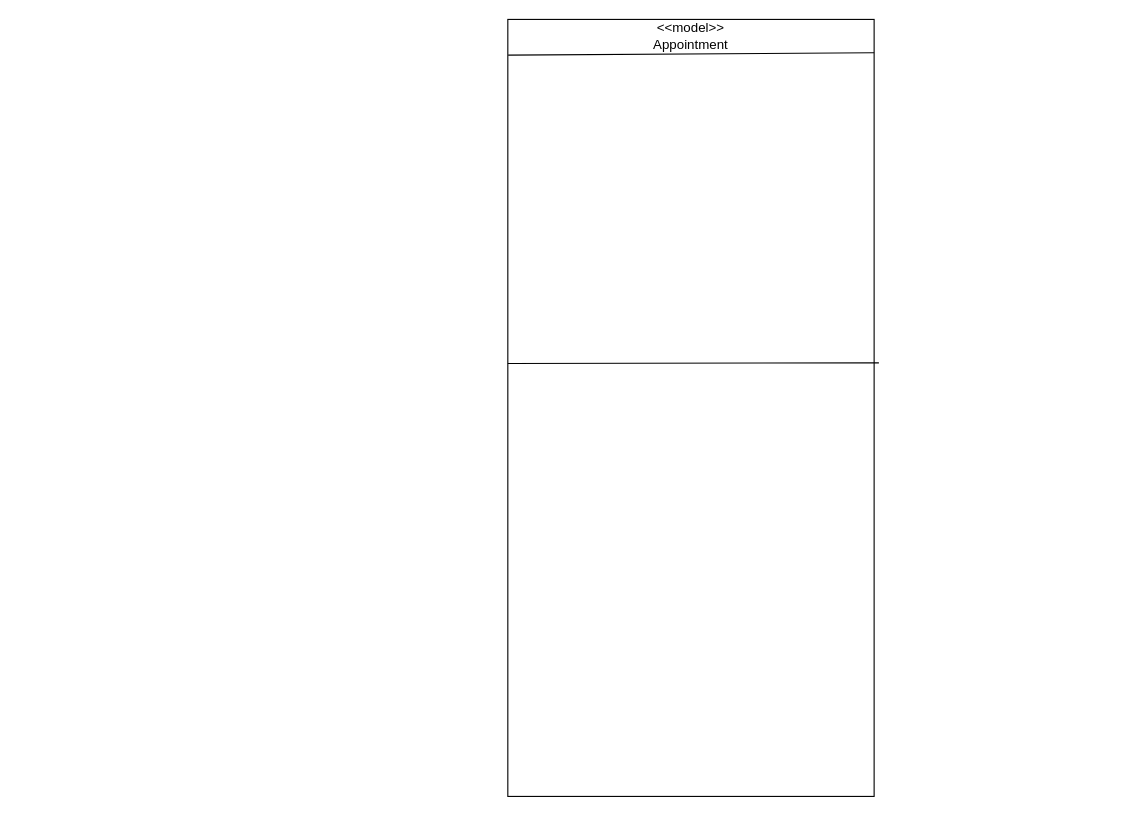
SaffatZabin-17/CSE-326-Information-System-Design-Sessional- keeps this draw.io diagram as page "Appointment" (3 of 5) of Untitled Diagram.drawio. Above is the earlier version. Source tidied: cells renumbered, new cells numbered last; positions are measured from the earlier drawing's top-left corner, leaving out a move shared by most shapes. Both pictures are drawn from the tidied source at 111%, with x=0, y=0 at pixel (507, 19).
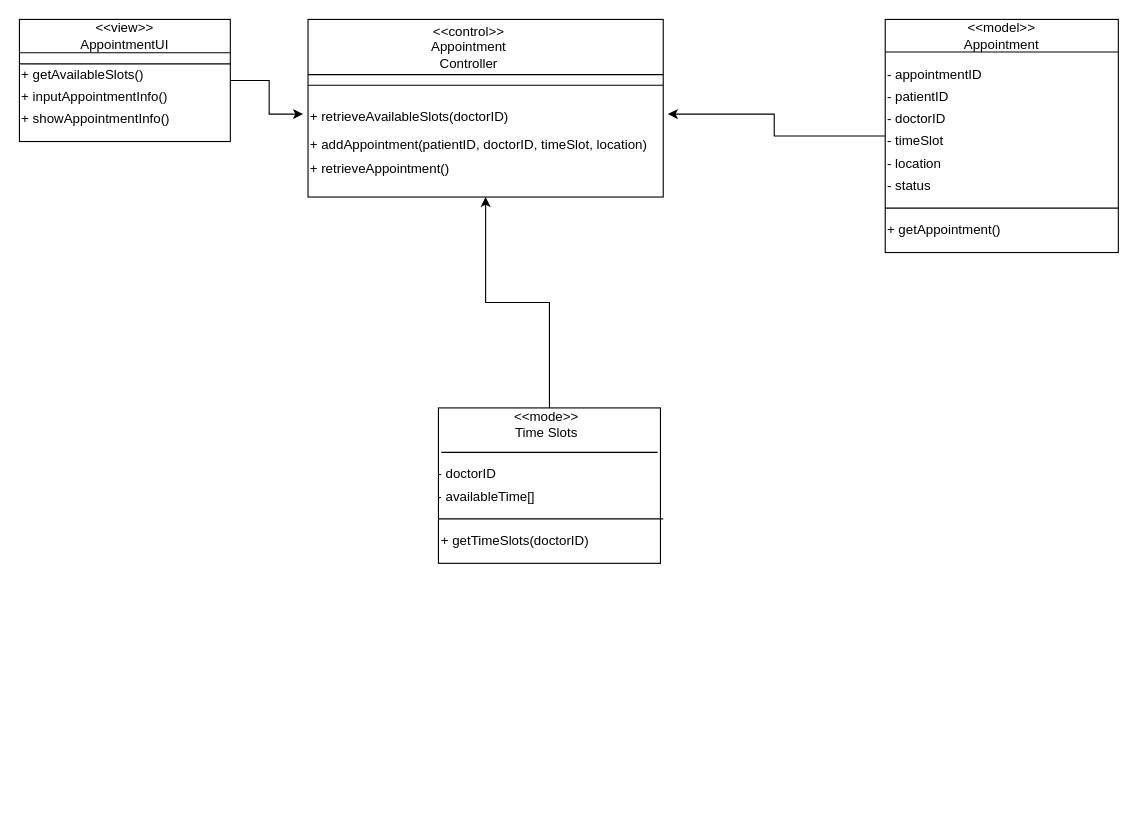
The same diagram, later.

What changed in the source:
```diff
@@
+    <mxCell id="6" style="edgeStyle=orthogonalEdgeStyle;rounded=0;jettySize=auto;html=1;entryX=1.013;entryY=0.533;entryDx=0;entryDy=0;entryPerimeter=0;" parent="1" edge="1" source="2" target="14">
+      <mxGeometry relative="1" as="geometry" />
+    </mxCell>
     <mxCell id="2" style="rounded=0;whiteSpace=wrap;html=1;" parent="1" vertex="1">
-      <mxGeometry width="330" height="700" as="geometry" />
+      <mxGeometry x="340" width="210" height="210" as="geometry" />
     </mxCell>
-    <mxCell id="3" style="endArrow=none;html=1;rounded=0;entryX=1.013;entryY=0.442;entryDx=0;entryDy=0;entryPerimeter=0;" parent="1" edge="1" target="2">
-      <mxGeometry relative="1" as="geometry">
-        <mxPoint y="310" as="sourcePoint" />
-      </mxGeometry>
-    </mxCell>
     <mxCell id="4" value="&amp;lt;&amp;lt;model&amp;gt;&amp;gt;&lt;br&gt;Appointment" style="text;html=1;strokeColor=none;fillColor=none;align=center;verticalAlign=middle;whiteSpace=wrap;rounded=0;" parent="1" vertex="1">
-      <mxGeometry x="135" width="60" height="30" as="geometry" />
+      <mxGeometry x="415" width="60" height="30" as="geometry" />
     </mxCell>
     <mxCell id="5" style="endArrow=none;html=1;rounded=0;entryX=0.999;entryY=0.054;entryDx=0;entryDy=0;entryPerimeter=0;" parent="1" edge="1">
       <mxGeometry relative="1" as="geometry">
-        <mxPoint x="0.3" y="32.2" as="sourcePoint" />
-        <mxPoint x="330" y="30" as="targetPoint" />
+        <mxPoint x="340" y="29.3" as="sourcePoint" />
+        <mxPoint x="550" y="29.3" as="targetPoint" />
       </mxGeometry>
     </mxCell>
+    <mxCell id="7" style="edgeStyle=orthogonalEdgeStyle;rounded=0;jettySize=auto;html=1;entryX=-0.014;entryY=0.533;entryDx=0;entryDy=0;entryPerimeter=0;" parent="1" edge="1" source="8" target="14">
+      <mxGeometry relative="1" as="geometry" />
+    </mxCell>
+    <mxCell id="8" style="rounded=0;whiteSpace=wrap;html=1;" parent="1" vertex="1">
+      <mxGeometry x="-440" width="190" height="110" as="geometry" />
+    </mxCell>
+    <mxCell id="9" style="endArrow=none;html=1;rounded=0;" parent="1" edge="1">
+      <mxGeometry relative="1" as="geometry">
+        <mxPoint x="-440" y="30" as="sourcePoint" />
+        <mxPoint x="-250" y="30" as="targetPoint" />
+      </mxGeometry>
+    </mxCell>
+    <mxCell id="10" value="&amp;lt;&amp;lt;view&amp;gt;&amp;gt;&lt;br&gt;AppointmentUI" style="text;html=1;strokeColor=none;fillColor=none;align=center;verticalAlign=middle;whiteSpace=wrap;rounded=0;" parent="1" vertex="1">
+      <mxGeometry x="-375" width="60" height="30" as="geometry" />
+    </mxCell>
+    <mxCell id="11" style="endArrow=none;html=1;rounded=0;" parent="1" edge="1">
+      <mxGeometry relative="1" as="geometry">
+        <mxPoint x="-440" y="40" as="sourcePoint" />
+        <mxPoint x="-250" y="40" as="targetPoint" />
+      </mxGeometry>
+    </mxCell>
+    <mxCell id="12" value="+ getAvailableSlots()" style="text;html=1;strokeColor=none;fillColor=none;align=left;verticalAlign=middle;whiteSpace=wrap;rounded=0;" parent="1" vertex="1">
+      <mxGeometry x="-440" y="40" width="190" height="20" as="geometry" />
+    </mxCell>
+    <mxCell id="13" value="+ inputAppointmentInfo()" style="text;html=1;strokeColor=none;fillColor=none;align=left;verticalAlign=middle;whiteSpace=wrap;rounded=0;" parent="1" vertex="1">
+      <mxGeometry x="-440" y="60" width="190" height="20" as="geometry" />
+    </mxCell>
+    <mxCell id="14" style="rounded=0;whiteSpace=wrap;html=1;" parent="1" vertex="1">
+      <mxGeometry x="-180" width="320" height="160" as="geometry" />
+    </mxCell>
+    <mxCell id="15" style="endArrow=none;html=1;rounded=0;" parent="1" edge="1">
+      <mxGeometry relative="1" as="geometry">
+        <mxPoint x="-180" y="49.7" as="sourcePoint" />
+        <mxPoint x="140" y="49.7" as="targetPoint" />
+      </mxGeometry>
+    </mxCell>
+    <mxCell id="16" value="&amp;lt;&amp;lt;control&amp;gt;&amp;gt;&lt;br&gt;Appointment Controller" style="text;html=1;strokeColor=none;fillColor=none;align=center;verticalAlign=middle;whiteSpace=wrap;rounded=0;" parent="1" vertex="1">
+      <mxGeometry x="-65" y="10" width="60" height="30" as="geometry" />
+    </mxCell>
+    <mxCell id="17" value="+ retrieveAvailableSlots(doctorID)" style="text;html=1;strokeColor=none;fillColor=none;align=left;verticalAlign=middle;whiteSpace=wrap;rounded=0;" parent="1" vertex="1">
+      <mxGeometry x="-180" y="75" width="230" height="25" as="geometry" />
+    </mxCell>
+    <mxCell id="18" value="+ addAppointment(patientID, doctorID, timeSlot, location)" style="text;html=1;strokeColor=none;fillColor=none;align=left;verticalAlign=middle;whiteSpace=wrap;rounded=0;" parent="1" vertex="1">
+      <mxGeometry x="-180" y="100" width="320" height="25" as="geometry" />
+    </mxCell>
+    <mxCell id="19" style="endArrow=none;html=1;rounded=0;" parent="1" edge="1">
+      <mxGeometry relative="1" as="geometry">
+        <mxPoint x="340" y="170" as="sourcePoint" />
+        <mxPoint x="550" y="170" as="targetPoint" />
+      </mxGeometry>
+    </mxCell>
+    <mxCell id="20" style="endArrow=none;html=1;rounded=0;" parent="1" edge="1">
+      <mxGeometry relative="1" as="geometry">
+        <mxPoint x="-180" y="59.3" as="sourcePoint" />
+        <mxPoint x="140" y="59.3" as="targetPoint" />
+      </mxGeometry>
+    </mxCell>
+    <mxCell id="21" value="- appointmentID" style="text;html=1;strokeColor=none;fillColor=none;align=left;verticalAlign=middle;whiteSpace=wrap;rounded=0;" parent="1" vertex="1">
+      <mxGeometry x="340" y="40" width="210" height="20" as="geometry" />
+    </mxCell>
+    <mxCell id="22" value="- patientID" style="text;html=1;strokeColor=none;fillColor=none;align=left;verticalAlign=middle;whiteSpace=wrap;rounded=0;" parent="1" vertex="1">
+      <mxGeometry x="340" y="60" width="210" height="20" as="geometry" />
+    </mxCell>
+    <mxCell id="23" value="- doctorID" style="text;html=1;strokeColor=none;fillColor=none;align=left;verticalAlign=middle;whiteSpace=wrap;rounded=0;" parent="1" vertex="1">
+      <mxGeometry x="340" y="80" width="210" height="20" as="geometry" />
+    </mxCell>
+    <mxCell id="24" value="- timeSlot" style="text;html=1;strokeColor=none;fillColor=none;align=left;verticalAlign=middle;whiteSpace=wrap;rounded=0;" parent="1" vertex="1">
+      <mxGeometry x="340" y="100" width="210" height="20" as="geometry" />
+    </mxCell>
+    <mxCell id="25" value="- location" style="text;html=1;strokeColor=none;fillColor=none;align=left;verticalAlign=middle;whiteSpace=wrap;rounded=0;" parent="1" vertex="1">
+      <mxGeometry x="340" y="120" width="210" height="20" as="geometry" />
+    </mxCell>
+    <mxCell id="26" value="- status" style="text;html=1;strokeColor=none;fillColor=none;align=left;verticalAlign=middle;whiteSpace=wrap;rounded=0;" parent="1" vertex="1">
+      <mxGeometry x="340" y="140" width="210" height="20" as="geometry" />
+    </mxCell>
+    <mxCell id="27" style="edgeStyle=orthogonalEdgeStyle;rounded=0;jettySize=auto;html=1;entryX=0.5;entryY=1;entryDx=0;entryDy=0;" parent="1" edge="1" source="28" target="14">
+      <mxGeometry relative="1" as="geometry" />
+    </mxCell>
+    <mxCell id="28" style="rounded=0;whiteSpace=wrap;html=1;" parent="1" vertex="1">
+      <mxGeometry x="-62.5" y="350" width="200" height="140" as="geometry" />
+    </mxCell>
+    <mxCell id="29" style="endArrow=none;html=1;rounded=0;" parent="1" edge="1">
+      <mxGeometry relative="1" as="geometry">
+        <mxPoint x="-60" y="390" as="sourcePoint" />
+        <mxPoint x="135" y="390" as="targetPoint" />
+      </mxGeometry>
+    </mxCell>
+    <mxCell id="30" value="&amp;lt;&amp;lt;mode&amp;gt;&amp;gt;&lt;br&gt;Time Slots" style="text;html=1;strokeColor=none;fillColor=none;align=center;verticalAlign=middle;whiteSpace=wrap;rounded=0;" parent="1" vertex="1">
+      <mxGeometry x="5" y="350" width="60" height="30" as="geometry" />
+    </mxCell>
+    <mxCell id="31" value="- doctorID" style="text;html=1;strokeColor=none;fillColor=none;align=left;verticalAlign=middle;whiteSpace=wrap;rounded=0;" parent="1" vertex="1">
+      <mxGeometry x="-65" y="400" width="195" height="20" as="geometry" />
+    </mxCell>
+    <mxCell id="32" value="- availableTime[]" style="text;html=1;strokeColor=none;fillColor=none;align=left;verticalAlign=middle;whiteSpace=wrap;rounded=0;" parent="1" vertex="1">
+      <mxGeometry x="-65" y="420" width="195" height="20" as="geometry" />
+    </mxCell>
+    <mxCell id="33" style="endArrow=none;html=1;rounded=0;" parent="1" edge="1">
+      <mxGeometry relative="1" as="geometry">
+        <mxPoint x="-62.5" y="450" as="sourcePoint" />
+        <mxPoint x="140" y="450" as="targetPoint" />
+      </mxGeometry>
+    </mxCell>
+    <mxCell id="34" value="+ getTimeSlots(doctorID)" style="text;html=1;strokeColor=none;fillColor=none;align=left;verticalAlign=middle;whiteSpace=wrap;rounded=0;" parent="1" vertex="1">
+      <mxGeometry x="-62.5" y="460" width="195" height="20" as="geometry" />
+    </mxCell>
+    <mxCell id="35" value="+ retrieveAppointment()" style="text;html=1;strokeColor=none;fillColor=none;align=left;verticalAlign=middle;whiteSpace=wrap;rounded=0;" parent="1" vertex="1">
+      <mxGeometry x="-180" y="125" width="310" height="20" as="geometry" />
+    </mxCell>
+    <mxCell id="36" value="+ getAppointment()" style="text;html=1;strokeColor=none;fillColor=none;align=left;verticalAlign=middle;whiteSpace=wrap;rounded=0;" parent="1" vertex="1">
+      <mxGeometry x="340" y="180" width="210" height="20" as="geometry" />
+    </mxCell>
+    <mxCell id="37" value="+ showAppointmentInfo()" style="text;html=1;strokeColor=none;fillColor=none;align=left;verticalAlign=middle;whiteSpace=wrap;rounded=0;" parent="1" vertex="1">
+      <mxGeometry x="-440" y="80" width="190" height="20" as="geometry" />
+    </mxCell>
```
